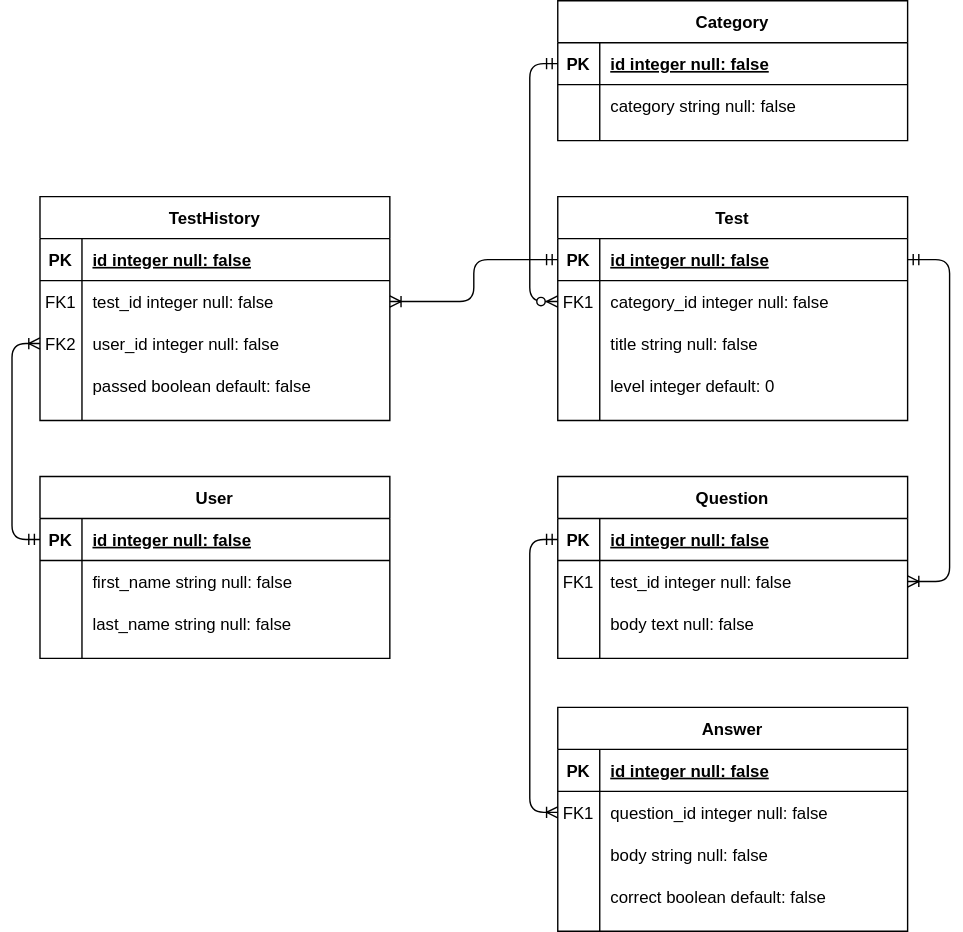
Earlier version of the draw.io export ER_TestGuru.svg (yerlanmad/test-guru). Source tidied: cells renumbered, new cells last; positions are measured from the earlier drawing's top-left corner, leaving out a move shared by most shapes.
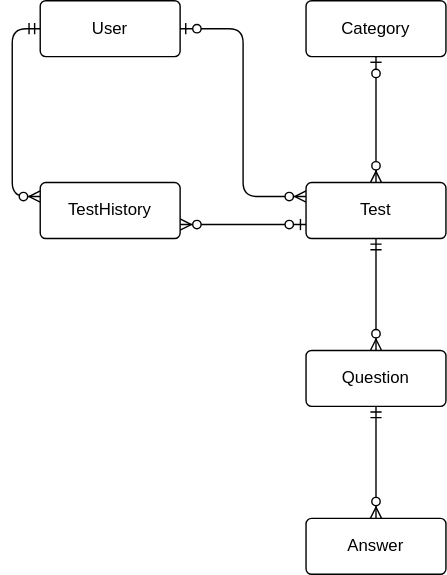
Above is the later version.

Change to the diagram source:
```diff
@@ -2,218 +2,41 @@
   <root>
     <mxCell id="0" />
     <mxCell id="1" parent="0" />
-    <mxCell id="2" style="edgeStyle=entityRelationEdgeStyle;endArrow=ERoneToMany;startArrow=ERmandOne;endFill=0;startFill=0;exitX=1;exitY=0.5;exitDx=0;exitDy=0;" parent="1" edge="1" source="8" target="24">
+    <mxCell id="2" style="edgeStyle=orthogonalEdgeStyle;endArrow=ERzeroToMany;startArrow=ERzeroToOne;endFill=1;startFill=1;exitX=1;exitY=0.5;exitDx=0;exitDy=0;entryX=0;entryY=0.25;entryDx=0;entryDy=0;" parent="1" edge="1" source="63" target="7">
       <mxGeometry relative="1" as="geometry" />
     </mxCell>
-    <mxCell id="3" style="edgeStyle=orthogonalEdgeStyle;rounded=1;jettySize=auto;html=1;entryX=0;entryY=0.5;entryDx=0;entryDy=0;startArrow=ERmandOne;startFill=0;endArrow=ERoneToMany;endFill=0;" parent="1" edge="1" source="21" target="34">
+    <mxCell id="3" style="rounded=1;jettySize=auto;html=1;startArrow=ERmandOne;startFill=0;endArrow=ERzeroToMany;endFill=1;exitX=0.5;exitY=1;exitDx=0;exitDy=0;" parent="1" edge="1" source="20" target="30">
       <mxGeometry relative="1" as="geometry" />
     </mxCell>
-    <mxCell id="4" style="edgeStyle=orthogonalEdgeStyle;rounded=1;jettySize=auto;html=1;entryX=0;entryY=0.5;entryDx=0;entryDy=0;startArrow=ERmandOne;startFill=0;endArrow=ERzeroToMany;endFill=1;" parent="1" edge="1" source="44" target="11">
+    <mxCell id="4" style="jettySize=auto;html=1;startArrow=ERzeroToOne;startFill=1;endArrow=ERzeroToMany;endFill=1;exitX=0.5;exitY=1;exitDx=0;exitDy=0;rounded=1;" parent="1" edge="1" source="43" target="7">
       <mxGeometry relative="1" as="geometry" />
     </mxCell>
-    <mxCell id="5" style="edgeStyle=orthogonalEdgeStyle;rounded=1;jettySize=auto;html=1;entryX=1;entryY=0.5;entryDx=0;entryDy=0;startArrow=ERmandOne;startFill=0;endArrow=ERoneToMany;endFill=0;" parent="1" edge="1" source="8" target="54">
+    <mxCell id="5" style="edgeStyle=orthogonalEdgeStyle;rounded=1;jettySize=auto;html=1;entryX=0;entryY=0.25;entryDx=0;entryDy=0;startArrow=ERmandOne;startFill=0;endArrow=ERzeroToMany;endFill=1;exitX=0;exitY=0.5;exitDx=0;exitDy=0;" parent="1" edge="1" source="63" target="50">
       <mxGeometry relative="1" as="geometry" />
     </mxCell>
-    <mxCell id="6" style="edgeStyle=orthogonalEdgeStyle;rounded=1;jettySize=auto;html=1;entryX=0;entryY=0.5;entryDx=0;entryDy=0;startArrow=ERmandOne;startFill=0;endArrow=ERoneToMany;endFill=0;exitX=0;exitY=0.5;exitDx=0;exitDy=0;" parent="1" edge="1" source="64" target="57">
+    <mxCell id="6" style="rounded=1;jettySize=auto;html=1;entryX=1;entryY=0.75;entryDx=0;entryDy=0;startArrow=ERzeroToOne;startFill=1;endArrow=ERzeroToMany;endFill=1;exitX=0;exitY=0.75;exitDx=0;exitDy=0;" parent="1" edge="1" source="7" target="50">
       <mxGeometry relative="1" as="geometry" />
     </mxCell>
+    <mxCell id="73" style="rounded=1;jettySize=auto;html=1;entryX=0.5;entryY=0;entryDx=0;entryDy=0;endFill=1;endArrow=ERzeroToMany;startFill=0;startArrow=ERmandOne;exitX=0.5;exitY=1;exitDx=0;exitDy=0;" parent="1" edge="1" source="7" target="20">
+      <mxGeometry relative="1" as="geometry" />
+    </mxCell>
+    <mxCell id="43" value="Category" style="rounded=1;arcSize=10;whiteSpace=wrap;html=1;align=center;" parent="1" vertex="1">
+      <mxGeometry x="-610" width="100" height="40" as="geometry" />
+    </mxCell>
-    <mxCell id="7" value="Test" style="shape=table;startSize=30;rowLines=0;fontStyle=1;align=center;" parent="1" vertex="1">
-      <mxGeometry x="370" y="140" width="250" height="160" as="geometry" />
+    <mxCell id="7" value="Test" style="rounded=1;arcSize=10;whiteSpace=wrap;html=1;align=center;" parent="1" vertex="1">
+      <mxGeometry x="-610" y="130" width="100" height="40" as="geometry" />
     </mxCell>
-    <mxCell id="8" style="shape=partialRectangle;fillColor=none;points=[[0,0.5],[1,0.5]];portConstraint=eastwest;top=0;left=0;right=0;bottom=1;fontStyle=0;" parent="7" vertex="1">
-      <mxGeometry y="30" width="250" height="30" as="geometry" />
-    </mxCell>
-    <mxCell id="9" value="PK" style="shape=partialRectangle;overflow=hidden;fillColor=none;top=0;left=0;bottom=0;right=0;fontStyle=1;" parent="8" vertex="1">
-      <mxGeometry width="30" height="30" as="geometry" />
-    </mxCell>
-    <mxCell id="10" value="id integer null: false" style="shape=partialRectangle;overflow=hidden;fillColor=none;top=0;left=0;bottom=0;right=0;align=left;spacingLeft=6;fontStyle=5;" parent="8" vertex="1">
-      <mxGeometry x="30" width="220" height="30" as="geometry" />
-    </mxCell>
-    <mxCell id="11" style="shape=partialRectangle;fillColor=none;points=[[0,0.5],[1,0.5]];portConstraint=eastwest;top=0;left=0;right=0;bottom=0;" parent="7" vertex="1">
-      <mxGeometry y="60" width="250" height="30" as="geometry" />
-    </mxCell>
-    <mxCell id="12" value="FK1" style="shape=partialRectangle;overflow=hidden;fillColor=none;top=0;left=0;bottom=0;right=0;" parent="11" vertex="1">
-      <mxGeometry width="30" height="30" as="geometry" />
-    </mxCell>
-    <mxCell id="13" value="category_id integer null: false" style="shape=partialRectangle;overflow=hidden;fillColor=none;top=0;left=0;bottom=0;right=0;align=left;spacingLeft=6;" parent="11" vertex="1">
-      <mxGeometry x="30" width="220" height="30" as="geometry" />
-    </mxCell>
-    <mxCell id="14" style="shape=partialRectangle;fillColor=none;top=0;left=0;right=0;bottom=0;" parent="7" vertex="1">
-      <mxGeometry y="90" width="250" height="30" as="geometry" />
-    </mxCell>
-    <mxCell id="15" style="shape=partialRectangle;overflow=hidden;fillColor=none;top=0;left=0;bottom=0;right=0;" parent="14" vertex="1">
-      <mxGeometry width="30" height="30" as="geometry" />
-    </mxCell>
-    <mxCell id="16" value="title string null: false" style="shape=partialRectangle;overflow=hidden;fillColor=none;top=0;left=0;bottom=0;right=0;align=left;spacingLeft=6;" parent="14" vertex="1">
-      <mxGeometry x="30" width="220" height="30" as="geometry" />
-    </mxCell>
-    <mxCell id="17" style="shape=partialRectangle;fillColor=none;top=0;left=0;right=0;bottom=0;" parent="7" vertex="1">
-      <mxGeometry y="120" width="250" height="30" as="geometry" />
-    </mxCell>
-    <mxCell id="18" style="shape=partialRectangle;overflow=hidden;fillColor=none;top=0;left=0;bottom=0;right=0;" parent="17" vertex="1">
-      <mxGeometry width="30" height="30" as="geometry" />
-    </mxCell>
-    <mxCell id="19" value="level integer default: 0" style="shape=partialRectangle;overflow=hidden;fillColor=none;top=0;left=0;bottom=0;right=0;align=left;spacingLeft=6;" parent="17" vertex="1">
-      <mxGeometry x="30" width="220" height="30" as="geometry" />
-    </mxCell>
-    <mxCell id="20" value="Question" style="shape=table;startSize=30;rowLines=0;fontStyle=1;align=center;" parent="1" vertex="1">
-      <mxGeometry x="370" y="340" width="250" height="130" as="geometry" />
+    <mxCell id="20" value="Question" style="rounded=1;arcSize=10;whiteSpace=wrap;html=1;align=center;" parent="1" vertex="1">
+      <mxGeometry x="-610" y="250" width="100" height="40" as="geometry" />
     </mxCell>
-    <mxCell id="21" style="shape=partialRectangle;fillColor=none;points=[[0,0.5],[1,0.5]];portConstraint=eastwest;top=0;left=0;right=0;bottom=1;fontStyle=0;" parent="20" vertex="1">
-      <mxGeometry y="30" width="250" height="30" as="geometry" />
-    </mxCell>
-    <mxCell id="22" value="PK" style="shape=partialRectangle;overflow=hidden;fillColor=none;top=0;left=0;bottom=0;right=0;fontStyle=1;" parent="21" vertex="1">
-      <mxGeometry width="30" height="30" as="geometry" />
-    </mxCell>
-    <mxCell id="23" value="id integer null: false" style="shape=partialRectangle;overflow=hidden;fillColor=none;top=0;left=0;bottom=0;right=0;align=left;spacingLeft=6;fontStyle=5;" parent="21" vertex="1">
-      <mxGeometry x="30" width="220" height="30" as="geometry" />
-    </mxCell>
-    <mxCell id="24" style="shape=partialRectangle;fillColor=none;points=[[0,0.5],[1,0.5]];portConstraint=eastwest;top=0;left=0;right=0;bottom=0;" parent="20" vertex="1">
-      <mxGeometry y="60" width="250" height="30" as="geometry" />
-    </mxCell>
-    <mxCell id="25" value="FK1" style="shape=partialRectangle;overflow=hidden;fillColor=none;top=0;left=0;bottom=0;right=0;" parent="24" vertex="1">
-      <mxGeometry width="30" height="30" as="geometry" />
-    </mxCell>
-    <mxCell id="26" value="test_id integer null: false" style="shape=partialRectangle;overflow=hidden;fillColor=none;top=0;left=0;bottom=0;right=0;align=left;spacingLeft=6;" parent="24" vertex="1">
-      <mxGeometry x="30" width="220" height="30" as="geometry" />
-    </mxCell>
-    <mxCell id="27" style="shape=partialRectangle;fillColor=none;top=0;left=0;right=0;bottom=0;" parent="20" vertex="1">
-      <mxGeometry y="90" width="250" height="30" as="geometry" />
-    </mxCell>
-    <mxCell id="28" style="shape=partialRectangle;overflow=hidden;fillColor=none;top=0;left=0;bottom=0;right=0;" parent="27" vertex="1">
-      <mxGeometry width="30" height="30" as="geometry" />
-    </mxCell>
-    <mxCell id="29" value="body text null: false" style="shape=partialRectangle;overflow=hidden;fillColor=none;top=0;left=0;bottom=0;right=0;align=left;spacingLeft=6;" parent="27" vertex="1">
-      <mxGeometry x="30" width="220" height="30" as="geometry" />
-    </mxCell>
-    <mxCell id="30" value="Answer" style="shape=table;startSize=30;rowLines=0;fontStyle=1;align=center;" parent="1" vertex="1">
-      <mxGeometry x="370" y="505" width="250" height="160" as="geometry" />
+    <mxCell id="30" value="Answer" style="rounded=1;arcSize=10;whiteSpace=wrap;html=1;align=center;" parent="1" vertex="1">
+      <mxGeometry x="-610" y="370" width="100" height="40" as="geometry" />
     </mxCell>
-    <mxCell id="31" style="shape=partialRectangle;fillColor=none;top=0;left=0;right=0;bottom=1;fontStyle=0;" parent="30" vertex="1">
-      <mxGeometry y="30" width="250" height="30" as="geometry" />
-    </mxCell>
-    <mxCell id="32" value="PK" style="shape=partialRectangle;overflow=hidden;fillColor=none;top=0;left=0;bottom=0;right=0;fontStyle=1;" parent="31" vertex="1">
-      <mxGeometry width="30" height="30" as="geometry" />
-    </mxCell>
-    <mxCell id="33" value="id integer null: false" style="shape=partialRectangle;overflow=hidden;fillColor=none;top=0;left=0;bottom=0;right=0;align=left;spacingLeft=6;fontStyle=5;" parent="31" vertex="1">
-      <mxGeometry x="30" width="220" height="30" as="geometry" />
-    </mxCell>
-    <mxCell id="34" style="shape=partialRectangle;fillColor=none;points=[[0,0.5],[1,0.5]];portConstraint=eastwest;top=0;left=0;right=0;bottom=0;" parent="30" vertex="1">
-      <mxGeometry y="60" width="250" height="30" as="geometry" />
-    </mxCell>
-    <mxCell id="35" value="FK1" style="shape=partialRectangle;overflow=hidden;fillColor=none;top=0;left=0;bottom=0;right=0;" parent="34" vertex="1">
-      <mxGeometry width="30" height="30" as="geometry" />
-    </mxCell>
-    <mxCell id="36" value="question_id integer null: false" style="shape=partialRectangle;overflow=hidden;fillColor=none;top=0;left=0;bottom=0;right=0;align=left;spacingLeft=6;" parent="34" vertex="1">
-      <mxGeometry x="30" width="220" height="30" as="geometry" />
-    </mxCell>
-    <mxCell id="37" style="shape=partialRectangle;fillColor=none;top=0;left=0;right=0;bottom=0;" parent="30" vertex="1">
-      <mxGeometry y="90" width="250" height="30" as="geometry" />
-    </mxCell>
-    <mxCell id="38" style="shape=partialRectangle;overflow=hidden;fillColor=none;top=0;left=0;bottom=0;right=0;" parent="37" vertex="1">
-      <mxGeometry width="30" height="30" as="geometry" />
-    </mxCell>
-    <mxCell id="39" value="body string null: false" style="shape=partialRectangle;overflow=hidden;fillColor=none;top=0;left=0;bottom=0;right=0;align=left;spacingLeft=6;" parent="37" vertex="1">
-      <mxGeometry x="30" width="220" height="30" as="geometry" />
-    </mxCell>
-    <mxCell id="40" style="shape=partialRectangle;fillColor=none;top=0;left=0;right=0;bottom=0;" parent="30" vertex="1">
-      <mxGeometry y="120" width="250" height="30" as="geometry" />
-    </mxCell>
-    <mxCell id="41" style="shape=partialRectangle;overflow=hidden;fillColor=none;top=0;left=0;bottom=0;right=0;" parent="40" vertex="1">
-      <mxGeometry width="30" height="30" as="geometry" />
-    </mxCell>
-    <mxCell id="42" value="correct boolean default: false" style="shape=partialRectangle;overflow=hidden;fillColor=none;top=0;left=0;bottom=0;right=0;align=left;spacingLeft=6;" parent="40" vertex="1">
-      <mxGeometry x="30" width="220" height="30" as="geometry" />
-    </mxCell>
-    <mxCell id="43" value="Category" style="shape=table;startSize=30;rowLines=0;fontStyle=1;align=center;" parent="1" vertex="1">
-      <mxGeometry x="370" width="250" height="100" as="geometry" />
-    </mxCell>
-    <mxCell id="44" style="shape=partialRectangle;fillColor=none;points=[[0,0.5],[1,0.5]];portConstraint=eastwest;top=0;left=0;right=0;bottom=1;" parent="43" vertex="1">
-      <mxGeometry y="30" width="250" height="30" as="geometry" />
-    </mxCell>
-    <mxCell id="45" value="PK" style="shape=partialRectangle;overflow=hidden;fillColor=none;top=0;left=0;bottom=0;right=0;fontStyle=1;" parent="44" vertex="1">
-      <mxGeometry width="30" height="30" as="geometry" />
-    </mxCell>
-    <mxCell id="46" value="id integer null: false" style="shape=partialRectangle;overflow=hidden;fillColor=none;top=0;left=0;bottom=0;right=0;align=left;spacingLeft=6;fontStyle=5;" parent="44" vertex="1">
-      <mxGeometry x="30" width="220" height="30" as="geometry" />
-    </mxCell>
-    <mxCell id="47" style="shape=partialRectangle;fillColor=none;top=0;left=0;right=0;bottom=0;" parent="43" vertex="1">
-      <mxGeometry y="60" width="250" height="30" as="geometry" />
-    </mxCell>
-    <mxCell id="48" style="shape=partialRectangle;overflow=hidden;fillColor=none;top=0;left=0;bottom=0;right=0;" parent="47" vertex="1">
-      <mxGeometry width="30" height="30" as="geometry" />
-    </mxCell>
-    <mxCell id="49" value="category string null: false" style="shape=partialRectangle;overflow=hidden;fillColor=none;top=0;left=0;bottom=0;right=0;align=left;spacingLeft=6;" parent="47" vertex="1">
-      <mxGeometry x="30" width="220" height="30" as="geometry" />
-    </mxCell>
-    <mxCell id="50" value="TestHistory" style="shape=table;startSize=30;rowLines=0;fontStyle=1;align=center;" parent="1" vertex="1">
-      <mxGeometry y="140" width="250" height="160" as="geometry" />
+    <mxCell id="50" value="TestHistory" style="rounded=1;arcSize=10;whiteSpace=wrap;html=1;align=center;" parent="1" vertex="1">
+      <mxGeometry x="-800" y="130" width="100" height="40" as="geometry" />
     </mxCell>
-    <mxCell id="51" style="shape=partialRectangle;fillColor=none;top=0;left=0;right=0;bottom=1;" parent="50" vertex="1">
-      <mxGeometry y="30" width="250" height="30" as="geometry" />
-    </mxCell>
-    <mxCell id="52" value="PK" style="shape=partialRectangle;overflow=hidden;fillColor=none;top=0;left=0;bottom=0;right=0;fontStyle=1;" parent="51" vertex="1">
-      <mxGeometry width="30" height="30" as="geometry" />
-    </mxCell>
-    <mxCell id="53" value="id integer null: false" style="shape=partialRectangle;overflow=hidden;fillColor=none;top=0;left=0;bottom=0;right=0;align=left;spacingLeft=6;fontStyle=5;" parent="51" vertex="1">
-      <mxGeometry x="30" width="220" height="30" as="geometry" />
-    </mxCell>
-    <mxCell id="54" style="shape=partialRectangle;fillColor=none;points=[[0,0.5],[1,0.5]];portConstraint=eastwest;top=0;left=0;right=0;bottom=0;" parent="50" vertex="1">
-      <mxGeometry y="60" width="250" height="30" as="geometry" />
-    </mxCell>
-    <mxCell id="55" value="FK1" style="shape=partialRectangle;overflow=hidden;fillColor=none;top=0;left=0;bottom=0;right=0;" parent="54" vertex="1">
-      <mxGeometry width="30" height="30" as="geometry" />
-    </mxCell>
-    <mxCell id="56" value="test_id integer null: false" style="shape=partialRectangle;overflow=hidden;fillColor=none;top=0;left=0;bottom=0;right=0;align=left;spacingLeft=6;" parent="54" vertex="1">
-      <mxGeometry x="30" width="220" height="30" as="geometry" />
-    </mxCell>
-    <mxCell id="57" style="shape=partialRectangle;fillColor=none;points=[[0,0.5],[1,0.5]];portConstraint=eastwest;top=0;left=0;right=0;bottom=0;" parent="50" vertex="1">
-      <mxGeometry y="90" width="250" height="30" as="geometry" />
-    </mxCell>
-    <mxCell id="58" value="FK2" style="shape=partialRectangle;overflow=hidden;fillColor=none;top=0;left=0;bottom=0;right=0;" parent="57" vertex="1">
-      <mxGeometry width="30" height="30" as="geometry" />
-    </mxCell>
-    <mxCell id="59" value="user_id integer null: false" style="shape=partialRectangle;overflow=hidden;fillColor=none;top=0;left=0;bottom=0;right=0;align=left;spacingLeft=6;" parent="57" vertex="1">
-      <mxGeometry x="30" width="220" height="30" as="geometry" />
-    </mxCell>
-    <mxCell id="60" style="shape=partialRectangle;fillColor=none;top=0;left=0;right=0;bottom=0;" parent="50" vertex="1">
-      <mxGeometry y="120" width="250" height="30" as="geometry" />
-    </mxCell>
-    <mxCell id="61" style="shape=partialRectangle;overflow=hidden;fillColor=none;top=0;left=0;bottom=0;right=0;" parent="60" vertex="1">
-      <mxGeometry width="30" height="30" as="geometry" />
-    </mxCell>
-    <mxCell id="62" value="passed boolean default: false" style="shape=partialRectangle;overflow=hidden;fillColor=none;top=0;left=0;bottom=0;right=0;align=left;spacingLeft=6;" parent="60" vertex="1">
-      <mxGeometry x="30" width="220" height="30" as="geometry" />
-    </mxCell>
-    <mxCell id="63" value="User" style="shape=table;startSize=30;rowLines=0;fontStyle=1;align=center;" parent="1" vertex="1">
-      <mxGeometry y="340" width="250" height="130" as="geometry" />
+    <mxCell id="63" value="User" style="rounded=1;arcSize=10;whiteSpace=wrap;html=1;align=center;" parent="1" vertex="1">
+      <mxGeometry x="-800" width="100" height="40" as="geometry" />
     </mxCell>
-    <mxCell id="64" style="shape=partialRectangle;fillColor=none;points=[[0,0.5],[1,0.5]];portConstraint=eastwest;top=0;left=0;right=0;bottom=1;" parent="63" vertex="1">
-      <mxGeometry y="30" width="250" height="30" as="geometry" />
-    </mxCell>
-    <mxCell id="65" value="PK" style="shape=partialRectangle;overflow=hidden;fillColor=none;top=0;left=0;bottom=0;right=0;fontStyle=1;" parent="64" vertex="1">
-      <mxGeometry width="30" height="30" as="geometry" />
-    </mxCell>
-    <mxCell id="66" value="id integer null: false" style="shape=partialRectangle;overflow=hidden;fillColor=none;top=0;left=0;bottom=0;right=0;align=left;spacingLeft=6;fontStyle=5;" parent="64" vertex="1">
-      <mxGeometry x="30" width="220" height="30" as="geometry" />
-    </mxCell>
-    <mxCell id="67" style="shape=partialRectangle;fillColor=none;top=0;left=0;right=0;bottom=0;" parent="63" vertex="1">
-      <mxGeometry y="60" width="250" height="30" as="geometry" />
-    </mxCell>
-    <mxCell id="68" style="shape=partialRectangle;overflow=hidden;fillColor=none;top=0;left=0;bottom=0;right=0;" parent="67" vertex="1">
-      <mxGeometry width="30" height="30" as="geometry" />
-    </mxCell>
-    <mxCell id="69" value="first_name string null: false" style="shape=partialRectangle;overflow=hidden;fillColor=none;top=0;left=0;bottom=0;right=0;align=left;spacingLeft=6;" parent="67" vertex="1">
-      <mxGeometry x="30" width="220" height="30" as="geometry" />
-    </mxCell>
-    <mxCell id="70" style="shape=partialRectangle;fillColor=none;top=0;left=0;right=0;bottom=0;" parent="63" vertex="1">
-      <mxGeometry y="90" width="250" height="30" as="geometry" />
-    </mxCell>
-    <mxCell id="71" style="shape=partialRectangle;overflow=hidden;fillColor=none;top=0;left=0;bottom=0;right=0;" parent="70" vertex="1">
-      <mxGeometry width="30" height="30" as="geometry" />
-    </mxCell>
-    <mxCell id="72" value="last_name string null: false" style="shape=partialRectangle;overflow=hidden;fillColor=none;top=0;left=0;bottom=0;right=0;align=left;spacingLeft=6;" parent="70" vertex="1">
-      <mxGeometry x="30" width="220" height="30" as="geometry" />
-    </mxCell>
   </root>
 </mxGraphModel>
```
